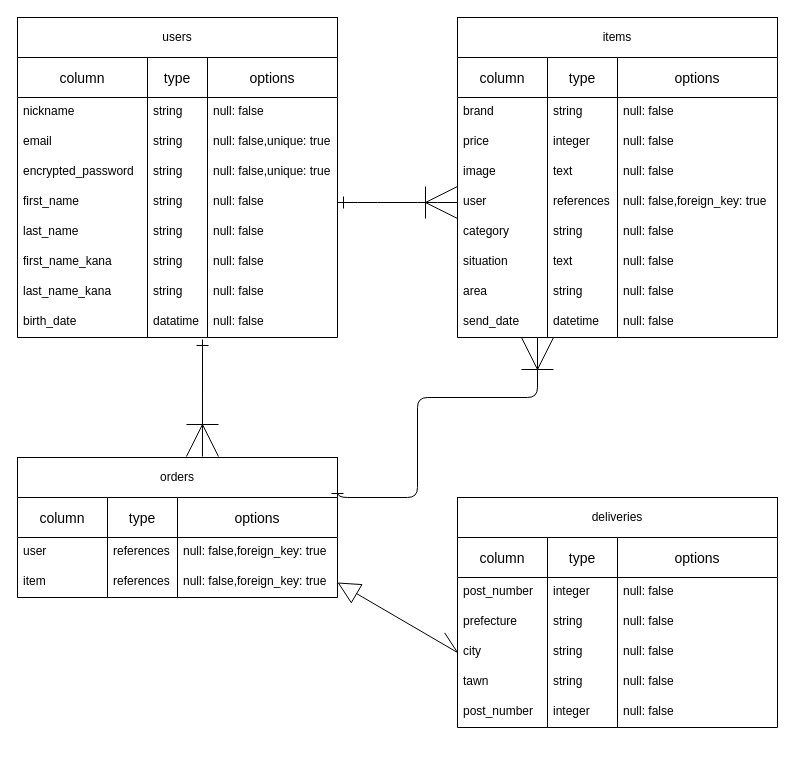
Sugi-Hi/furima-39228 keeps this draw.io diagram as furima.dio. Above is the earlier version. Source tidied: cells renumbered, new cells numbered last; positions are measured from the earlier drawing's top-left corner, leaving out a move shared by most shapes. Both pictures are drawn from the tidied source at 100%, with x=0, y=0 at pixel (17, 17).
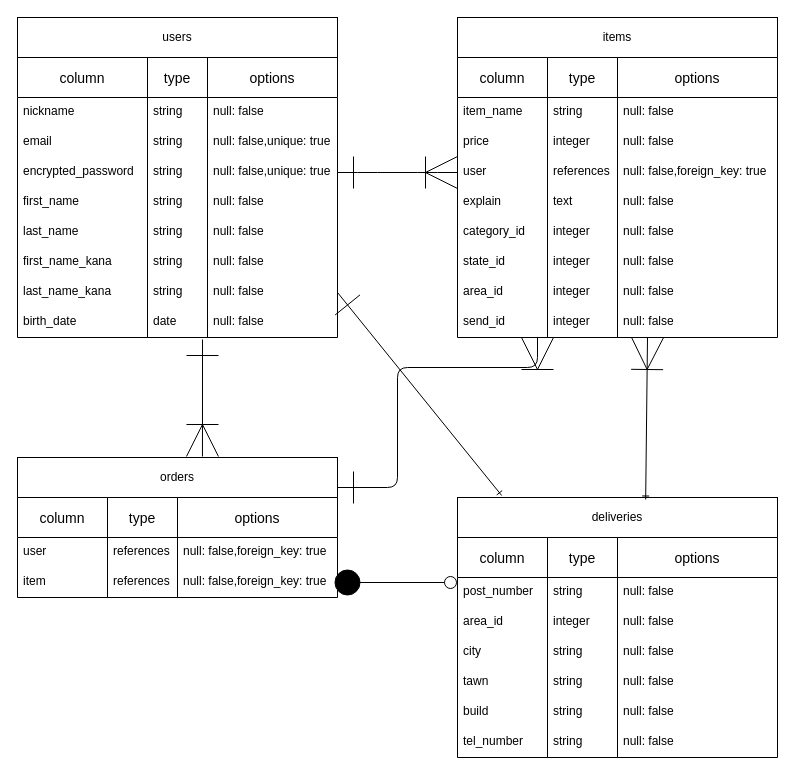
The same diagram, later.

Commit message (it also covers changes not shown here):
データベース設計の2回目修正

The change refers to these unchanged cells:
```xml
<mxCell id="11" value="type" style="swimlane;fontStyle=0;horizontal=1;startSize=40;align=center;fontSize=14;" parent="1" vertex="1">
  <mxGeometry x="130" y="40" width="60" height="280" as="geometry" />
</mxCell>
<mxCell id="23" value="null: false,unique: true" style="text;strokeColor=none;fillColor=none;spacingLeft=4;spacingRight=4;overflow=hidden;points=[[0,0.5],[1,0.5]];portConstraint=eastwest;fontSize=12;" parent="20" vertex="1">
  <mxGeometry y="100" width="130" height="30" as="geometry" />
</mxCell>
<mxCell id="24" value="null: false" style="text;strokeColor=none;fillColor=none;spacingLeft=4;spacingRight=4;overflow=hidden;points=[[0,0.5],[1,0.5]];portConstraint=eastwest;fontSize=12;" parent="20" vertex="1">
  <mxGeometry y="130" width="130" height="30" as="geometry" />
</mxCell>
<mxCell id="27" value="null: false" style="text;strokeColor=none;fillColor=none;spacingLeft=4;spacingRight=4;overflow=hidden;points=[[0,0.5],[1,0.5]];portConstraint=eastwest;fontSize=12;" parent="20" vertex="1">
  <mxGeometry y="220" width="130" height="30" as="geometry" />
</mxCell>
<mxCell id="31" value="column" style="swimlane;fontStyle=0;horizontal=1;startSize=40;align=center;fontSize=14;" parent="1" vertex="1">
  <mxGeometry x="440" y="40" width="90" height="280" as="geometry" />
</mxCell>
<mxCell id="40" value="type" style="swimlane;fontStyle=0;horizontal=1;startSize=40;align=center;fontSize=14;" parent="1" vertex="1">
  <mxGeometry x="530" y="40" width="70" height="280" as="geometry" />
</mxCell>
<mxCell id="49" value="options" style="swimlane;fontStyle=0;horizontal=1;startSize=40;align=center;fontSize=14;" parent="1" vertex="1">
  <mxGeometry x="600" y="40" width="160" height="280" as="geometry" />
</mxCell>
<mxCell id="58" value="orders" style="whiteSpace=wrap;html=1;align=center;" parent="1" vertex="1">
  <mxGeometry y="440" width="320" height="40" as="geometry" />
</mxCell>
<mxCell id="67" value="null: false,foreign_key: true" style="text;strokeColor=none;fillColor=none;spacingLeft=4;spacingRight=4;overflow=hidden;points=[[0,0.5],[1,0.5]];portConstraint=eastwest;fontSize=12;" parent="65" vertex="1">
  <mxGeometry y="70" width="160" height="30" as="geometry" />
</mxCell>
<mxCell id="72" value="city" style="text;strokeColor=none;fillColor=none;spacingLeft=4;spacingRight=4;overflow=hidden;points=[[0,0.5],[1,0.5]];portConstraint=eastwest;fontSize=12;" parent="69" vertex="1">
  <mxGeometry y="100" width="90" height="30" as="geometry" />
</mxCell>
<mxCell id="75" value="deliveries" style="whiteSpace=wrap;html=1;align=center;" parent="1" vertex="1">
  <mxGeometry x="440" y="480" width="320" height="40" as="geometry" />
</mxCell>
```

Diff of the diagram source:
```diff
@@
-    <mxCell id="19" value="datatime" style="text;strokeColor=none;fillColor=none;spacingLeft=4;spacingRight=4;overflow=hidden;points=[[0,0.5],[1,0.5]];portConstraint=eastwest;fontSize=12;" parent="11" vertex="1">
+    <mxCell id="19" value="date" style="text;strokeColor=none;fillColor=none;spacingLeft=4;spacingRight=4;overflow=hidden;points=[[0,0.5],[1,0.5]];portConstraint=eastwest;fontSize=12;" parent="11" vertex="1">
       <mxGeometry y="250" width="60" height="30" as="geometry" />
     </mxCell>
@@
-    <mxCell id="32" value="brand" style="text;strokeColor=none;fillColor=none;spacingLeft=4;spacingRight=4;overflow=hidden;fontSize=12;" parent="31" vertex="1">
+    <mxCell id="32" value="item_name" style="text;strokeColor=none;fillColor=none;spacingLeft=4;spacingRight=4;overflow=hidden;fontSize=12;" parent="31" vertex="1">
       <mxGeometry y="40" width="90" height="30" as="geometry" />
     </mxCell>
@@
-    <mxCell id="34" value="image" style="text;strokeColor=none;fillColor=none;spacingLeft=4;spacingRight=4;overflow=hidden;fontSize=12;" parent="31" vertex="1">
-      <mxGeometry y="100" width="90" height="30" as="geometry" />
-    </mxCell>
     <mxCell id="35" value="user " style="text;strokeColor=none;fillColor=none;spacingLeft=4;spacingRight=4;overflow=hidden;points=[[0,0.5],[1,0.5]];portConstraint=eastwest;fontSize=12;" parent="31" vertex="1">
-      <mxGeometry y="130" width="90" height="30" as="geometry" />
+      <mxGeometry y="100" width="90" height="30" as="geometry" />
     </mxCell>
+    <mxCell id="91" value="explain " style="text;strokeColor=none;fillColor=none;spacingLeft=4;spacingRight=4;overflow=hidden;fontSize=12;" parent="31" vertex="1">
+      <mxGeometry y="130" width="90" height="30" as="geometry" />
+    </mxCell>
-    <mxCell id="36" value="category" style="text;strokeColor=none;fillColor=none;spacingLeft=4;spacingRight=4;overflow=hidden;fontSize=12;" parent="31" vertex="1">
+    <mxCell id="36" value="category_id" style="text;strokeColor=none;fillColor=none;spacingLeft=4;spacingRight=4;overflow=hidden;fontSize=12;" parent="31" vertex="1">
       <mxGeometry y="160" width="90" height="30" as="geometry" />
     </mxCell>
-    <mxCell id="37" value="situation " style="text;strokeColor=none;fillColor=none;spacingLeft=4;spacingRight=4;overflow=hidden;fontSize=12;" parent="31" vertex="1">
+    <mxCell id="37" value="state_id" style="text;strokeColor=none;fillColor=none;spacingLeft=4;spacingRight=4;overflow=hidden;fontSize=12;" parent="31" vertex="1">
       <mxGeometry y="190" width="90" height="30" as="geometry" />
     </mxCell>
-    <mxCell id="38" value="area" style="text;strokeColor=none;fillColor=none;spacingLeft=4;spacingRight=4;overflow=hidden;fontSize=12;" parent="31" vertex="1">
+    <mxCell id="38" value="area_id" style="text;strokeColor=none;fillColor=none;spacingLeft=4;spacingRight=4;overflow=hidden;fontSize=12;" parent="31" vertex="1">
       <mxGeometry y="220" width="90" height="30" as="geometry" />
     </mxCell>
-    <mxCell id="39" value="send_date" style="text;strokeColor=none;fillColor=none;spacingLeft=4;spacingRight=4;overflow=hidden;fontSize=12;" parent="31" vertex="1">
+    <mxCell id="39" value="send_id" style="text;strokeColor=none;fillColor=none;spacingLeft=4;spacingRight=4;overflow=hidden;fontSize=12;" parent="31" vertex="1">
       <mxGeometry y="250" width="90" height="30" as="geometry" />
     </mxCell>
@@
+    <mxCell id="44" value="references" style="text;strokeColor=none;fillColor=none;spacingLeft=4;spacingRight=4;overflow=hidden;fontSize=12;" parent="40" vertex="1">
+      <mxGeometry y="100" width="70" height="30" as="geometry" />
+    </mxCell>
     <mxCell id="43" value="text" style="text;strokeColor=none;fillColor=none;spacingLeft=4;spacingRight=4;overflow=hidden;fontSize=12;" parent="40" vertex="1">
-      <mxGeometry y="100" width="70" height="30" as="geometry" />
+      <mxGeometry y="130" width="70" height="30" as="geometry" />
     </mxCell>
-    <mxCell id="44" value="references" style="text;strokeColor=none;fillColor=none;spacingLeft=4;spacingRight=4;overflow=hidden;fontSize=12;" parent="40" vertex="1">
-      <mxGeometry y="130" width="70" height="30" as="geometry" />
-    </mxCell>
-    <mxCell id="45" value="string" style="text;strokeColor=none;fillColor=none;spacingLeft=4;spacingRight=4;overflow=hidden;fontSize=12;" parent="40" vertex="1">
+    <mxCell id="45" value="integer" style="text;strokeColor=none;fillColor=none;spacingLeft=4;spacingRight=4;overflow=hidden;fontSize=12;" parent="40" vertex="1">
       <mxGeometry y="160" width="70" height="30" as="geometry" />
     </mxCell>
-    <mxCell id="46" value="text" style="text;strokeColor=none;fillColor=none;spacingLeft=4;spacingRight=4;overflow=hidden;fontSize=12;" parent="40" vertex="1">
+    <mxCell id="46" value="integer" style="text;strokeColor=none;fillColor=none;spacingLeft=4;spacingRight=4;overflow=hidden;fontSize=12;" parent="40" vertex="1">
       <mxGeometry y="190" width="70" height="30" as="geometry" />
     </mxCell>
-    <mxCell id="47" value="string" style="text;strokeColor=none;fillColor=none;spacingLeft=4;spacingRight=4;overflow=hidden;fontSize=12;" parent="40" vertex="1">
+    <mxCell id="47" value="integer" style="text;strokeColor=none;fillColor=none;spacingLeft=4;spacingRight=4;overflow=hidden;fontSize=12;" parent="40" vertex="1">
       <mxGeometry y="220" width="70" height="30" as="geometry" />
     </mxCell>
-    <mxCell id="48" value="datetime" style="text;strokeColor=none;fillColor=none;spacingLeft=4;spacingRight=4;overflow=hidden;fontSize=12;" parent="40" vertex="1">
+    <mxCell id="48" value="integer" style="text;strokeColor=none;fillColor=none;spacingLeft=4;spacingRight=4;overflow=hidden;fontSize=12;" parent="40" vertex="1">
       <mxGeometry y="250" width="70" height="30" as="geometry" />
     </mxCell>
@@
-    <mxCell id="52" value="null: false" style="text;strokeColor=none;fillColor=none;spacingLeft=4;spacingRight=4;overflow=hidden;fontSize=12;" parent="49" vertex="1">
-      <mxGeometry y="100" width="160" height="30" as="geometry" />
-    </mxCell>
     <mxCell id="53" value="null: false,foreign_key: true" style="text;strokeColor=none;fillColor=none;spacingLeft=4;spacingRight=4;overflow=hidden;fontSize=12;" parent="49" vertex="1">
-      <mxGeometry y="130" width="160" height="30" as="geometry" />
+      <mxGeometry y="100" width="160" height="30" as="geometry" />
     </mxCell>
+    <mxCell id="92" value="null: false" style="text;strokeColor=none;fillColor=none;spacingLeft=4;spacingRight=4;overflow=hidden;fontSize=12;" parent="49" vertex="1">
+      <mxGeometry y="130" width="160" height="30" as="geometry" />
+    </mxCell>
@@
-    <mxCell id="68" style="edgeStyle=entityRelationEdgeStyle;fontSize=12;html=1;endArrow=ERoneToMany;startArrow=ERone;endSize=30;entryX=0;entryY=0.5;entryDx=0;entryDy=0;targetPerimeterSpacing=0;startSize=10;exitX=1;exitY=0.5;exitDx=0;exitDy=0;startFill=0;" parent="1" edge="1" source="24" target="35">
+    <mxCell id="68" style="edgeStyle=entityRelationEdgeStyle;fontSize=12;html=1;endArrow=ERoneToMany;startArrow=ERone;endSize=30;entryX=0;entryY=0.5;entryDx=0;entryDy=0;targetPerimeterSpacing=0;startSize=30;exitX=1;exitY=0.5;exitDx=0;exitDy=0;startFill=0;" parent="1" edge="1" source="23" target="35">
       <mxGeometry relative="1" as="geometry" />
     </mxCell>
     <mxCell id="69" value="column" style="swimlane;fontStyle=0;horizontal=1;startSize=40;align=center;fontSize=14;" parent="1" vertex="1">
-      <mxGeometry x="440" y="520" width="90" height="190" as="geometry" />
+      <mxGeometry x="440" y="520" width="90" height="220" as="geometry" />
     </mxCell>
@@
-    <mxCell id="71" value="prefecture" style="text;strokeColor=none;fillColor=none;spacingLeft=4;spacingRight=4;overflow=hidden;fontSize=12;" parent="69" vertex="1">
+    <mxCell id="71" value="area_id" style="text;strokeColor=none;fillColor=none;spacingLeft=4;spacingRight=4;overflow=hidden;fontSize=12;" parent="69" vertex="1">
       <mxGeometry y="70" width="90" height="30" as="geometry" />
     </mxCell>
@@
+    <mxCell id="93" value="build" style="text;strokeColor=none;fillColor=none;spacingLeft=4;spacingRight=4;overflow=hidden;fontSize=12;" parent="69" vertex="1">
+      <mxGeometry y="160" width="90" height="30" as="geometry" />
+    </mxCell>
-    <mxCell id="74" value="post_number" style="text;strokeColor=none;fillColor=none;spacingLeft=4;spacingRight=4;overflow=hidden;fontSize=12;" parent="69" vertex="1">
-      <mxGeometry y="160" width="90" height="30" as="geometry" />
+    <mxCell id="74" value="tel_number" style="text;strokeColor=none;fillColor=none;spacingLeft=4;spacingRight=4;overflow=hidden;fontSize=12;" parent="69" vertex="1">
+      <mxGeometry y="190" width="90" height="30" as="geometry" />
     </mxCell>
@@
     <mxCell id="76" value="type" style="swimlane;fontStyle=0;horizontal=1;startSize=40;align=center;fontSize=14;" parent="1" vertex="1">
-      <mxGeometry x="530" y="520" width="70" height="190" as="geometry" />
+      <mxGeometry x="530" y="520" width="70" height="220" as="geometry" />
     </mxCell>
-    <mxCell id="77" value="integer" style="text;strokeColor=none;fillColor=none;spacingLeft=4;spacingRight=4;overflow=hidden;fontSize=12;" parent="76" vertex="1">
+    <mxCell id="77" value="string" style="text;strokeColor=none;fillColor=none;spacingLeft=4;spacingRight=4;overflow=hidden;fontSize=12;" parent="76" vertex="1">
       <mxGeometry y="40" width="70" height="30" as="geometry" />
     </mxCell>
-    <mxCell id="78" value="string" style="text;strokeColor=none;fillColor=none;spacingLeft=4;spacingRight=4;overflow=hidden;fontSize=12;" parent="76" vertex="1">
+    <mxCell id="78" value="integer" style="text;strokeColor=none;fillColor=none;spacingLeft=4;spacingRight=4;overflow=hidden;fontSize=12;" parent="76" vertex="1">
       <mxGeometry y="70" width="70" height="30" as="geometry" />
     </mxCell>
@@
+    <mxCell id="94" value="string" style="text;strokeColor=none;fillColor=none;spacingLeft=4;spacingRight=4;overflow=hidden;fontSize=12;" parent="76" vertex="1">
+      <mxGeometry y="160" width="70" height="30" as="geometry" />
+    </mxCell>
-    <mxCell id="81" value="integer" style="text;strokeColor=none;fillColor=none;spacingLeft=4;spacingRight=4;overflow=hidden;fontSize=12;" parent="76" vertex="1">
-      <mxGeometry y="160" width="70" height="30" as="geometry" />
+    <mxCell id="81" value="string" style="text;strokeColor=none;fillColor=none;spacingLeft=4;spacingRight=4;overflow=hidden;fontSize=12;" parent="76" vertex="1">
+      <mxGeometry y="190" width="70" height="30" as="geometry" />
     </mxCell>
     <mxCell id="82" value="options" style="swimlane;fontStyle=0;horizontal=1;startSize=40;align=center;fontSize=14;" parent="1" vertex="1">
-      <mxGeometry x="600" y="520" width="160" height="190" as="geometry" />
+      <mxGeometry x="600" y="520" width="160" height="220" as="geometry" />
     </mxCell>
@@
+    <mxCell id="95" value="null: false" style="text;strokeColor=none;fillColor=none;spacingLeft=4;spacingRight=4;overflow=hidden;fontSize=12;" parent="82" vertex="1">
+      <mxGeometry y="160" width="160" height="30" as="geometry" />
+    </mxCell>
     <mxCell id="87" value="null: false" style="text;strokeColor=none;fillColor=none;spacingLeft=4;spacingRight=4;overflow=hidden;fontSize=12;" parent="82" vertex="1">
-      <mxGeometry y="160" width="160" height="30" as="geometry" />
+      <mxGeometry y="190" width="160" height="30" as="geometry" />
     </mxCell>
-    <mxCell id="88" style="fontSize=12;html=1;endArrow=ERoneToMany;startArrow=ERone;endSize=30;targetPerimeterSpacing=0;startSize=10;exitX=0.917;exitY=1.067;exitDx=0;exitDy=0;exitPerimeter=0;entryX=0.578;entryY=-0.025;entryDx=0;entryDy=0;entryPerimeter=0;startFill=0;" parent="1" edge="1" source="19" target="58">
+    <mxCell id="88" style="fontSize=12;html=1;endArrow=ERoneToMany;startArrow=ERone;endSize=30;targetPerimeterSpacing=0;startSize=30;exitX=0.917;exitY=1.067;exitDx=0;exitDy=0;exitPerimeter=0;entryX=0.578;entryY=-0.025;entryDx=0;entryDy=0;entryPerimeter=0;startFill=0;" parent="1" edge="1" source="19" target="58">
       <mxGeometry relative="1" as="geometry" />
     </mxCell>
-    <mxCell id="89" style="edgeStyle=none;html=1;exitX=1;exitY=0.5;exitDx=0;exitDy=0;entryX=0;entryY=0.5;entryDx=0;entryDy=0;startArrow=block;startFill=0;endArrow=openAsync;endFill=0;sourcePerimeterSpacing=0;startSize=20;endSize=20;targetPerimeterSpacing=0;" parent="1" edge="1" source="67" target="72">
-      <mxGeometry relative="1" as="geometry" />
+    <mxCell id="89" style="edgeStyle=none;html=1;startArrow=oval;startFill=1;endArrow=circle;endFill=0;sourcePerimeterSpacing=0;startSize=25;endSize=5;targetPerimeterSpacing=0;" parent="1" edge="1">
+      <mxGeometry relative="1" as="geometry">
+        <mxPoint x="330" y="565" as="sourcePoint" />
+        <mxPoint x="440" y="565" as="targetPoint" />
+      </mxGeometry>
     </mxCell>
-    <mxCell id="90" style="edgeStyle=orthogonalEdgeStyle;fontSize=12;html=1;endArrow=ERoneToMany;startArrow=ERone;endSize=30;targetPerimeterSpacing=0;startSize=10;exitX=1;exitY=0.75;exitDx=0;exitDy=0;startFill=0;" parent="1" edge="1" source="58">
+    <mxCell id="90" style="fontSize=12;html=1;endArrow=ERoneToMany;startArrow=ERone;endSize=30;targetPerimeterSpacing=0;startSize=30;exitX=1;exitY=0.75;exitDx=0;exitDy=0;startFill=0;edgeStyle=orthogonalEdgeStyle;" parent="1" edge="1" source="58">
       <mxGeometry relative="1" as="geometry">
         <mxPoint x="520" y="320" as="targetPoint" />
         <Array as="points">
-          <mxPoint x="320" y="480" />
-          <mxPoint x="400" y="480" />
-          <mxPoint x="400" y="380" />
-          <mxPoint x="520" y="380" />
+          <mxPoint x="380" y="470" />
+          <mxPoint x="380" y="350" />
+          <mxPoint x="520" y="350" />
         </Array>
       </mxGeometry>
     </mxCell>
+    <mxCell id="96" style="fontSize=12;html=1;endArrow=ERoneToMany;startArrow=ERone;endSize=30;targetPerimeterSpacing=0;startSize=5;startFill=0;exitX=0.588;exitY=0.05;exitDx=0;exitDy=0;exitPerimeter=0;endFill=0;" parent="1" edge="1" source="75">
+      <mxGeometry relative="1" as="geometry">
+        <mxPoint x="630" y="320" as="targetPoint" />
+      </mxGeometry>
+    </mxCell>
+    <mxCell id="97" style="fontSize=12;html=1;endArrow=ERone;startArrow=ERone;endSize=30;targetPerimeterSpacing=0;startSize=5;startFill=0;exitX=0.138;exitY=-0.05;exitDx=0;exitDy=0;exitPerimeter=0;endFill=0;entryX=1;entryY=0.5;entryDx=0;entryDy=0;" parent="1" edge="1" source="75" target="27">
+      <mxGeometry relative="1" as="geometry" />
+    </mxCell>
```
